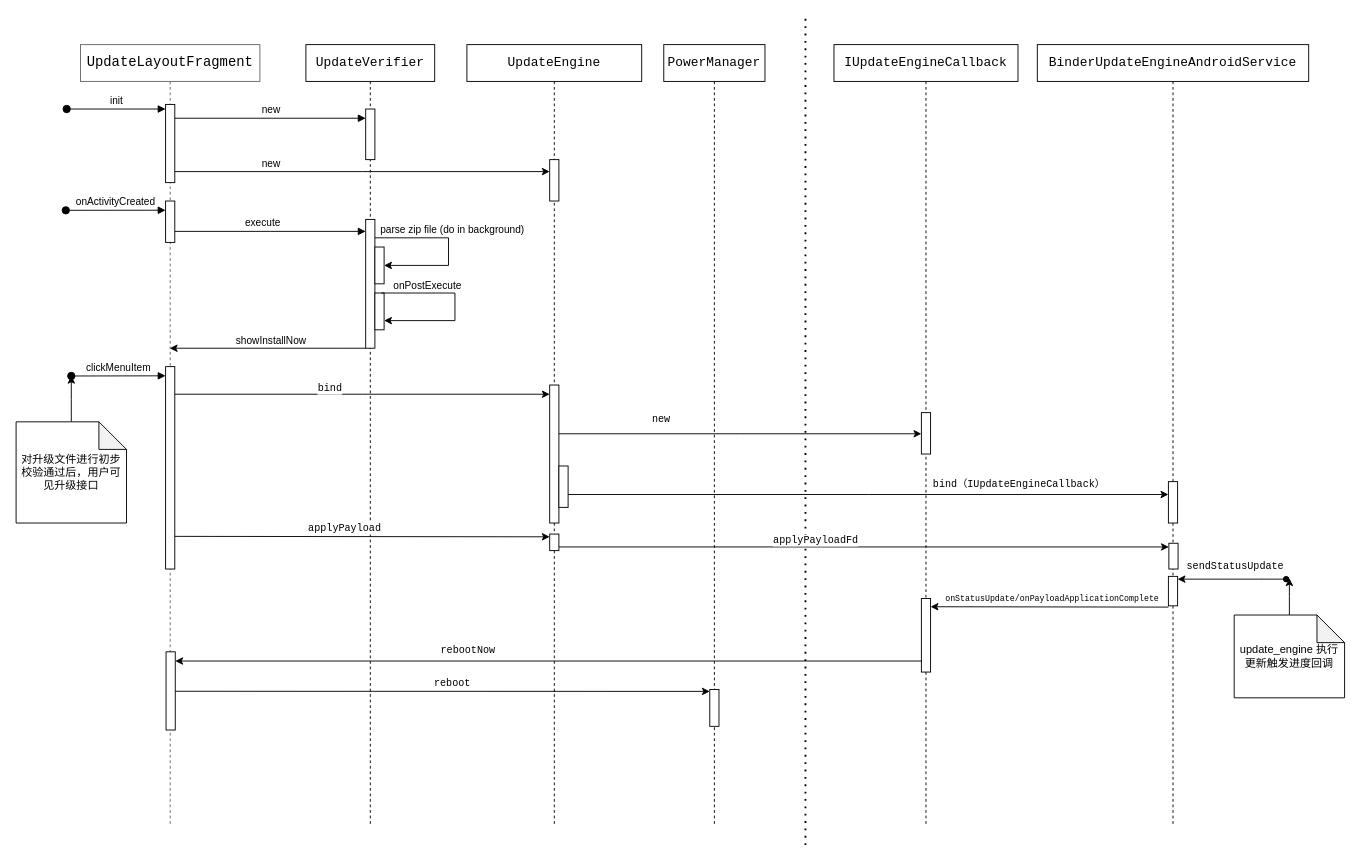
Before: oat_update_engine_app.drawio in lklklk2017/TestDemo, a draw.io diagram. Source tidied: cells renumbered, new cells numbered last; positions are measured from the earlier drawing's top-left corner, leaving out a move shared by most shapes. Both pictures are drawn from the tidied source at 92%, with x=0, y=0 at pixel (16, 17).
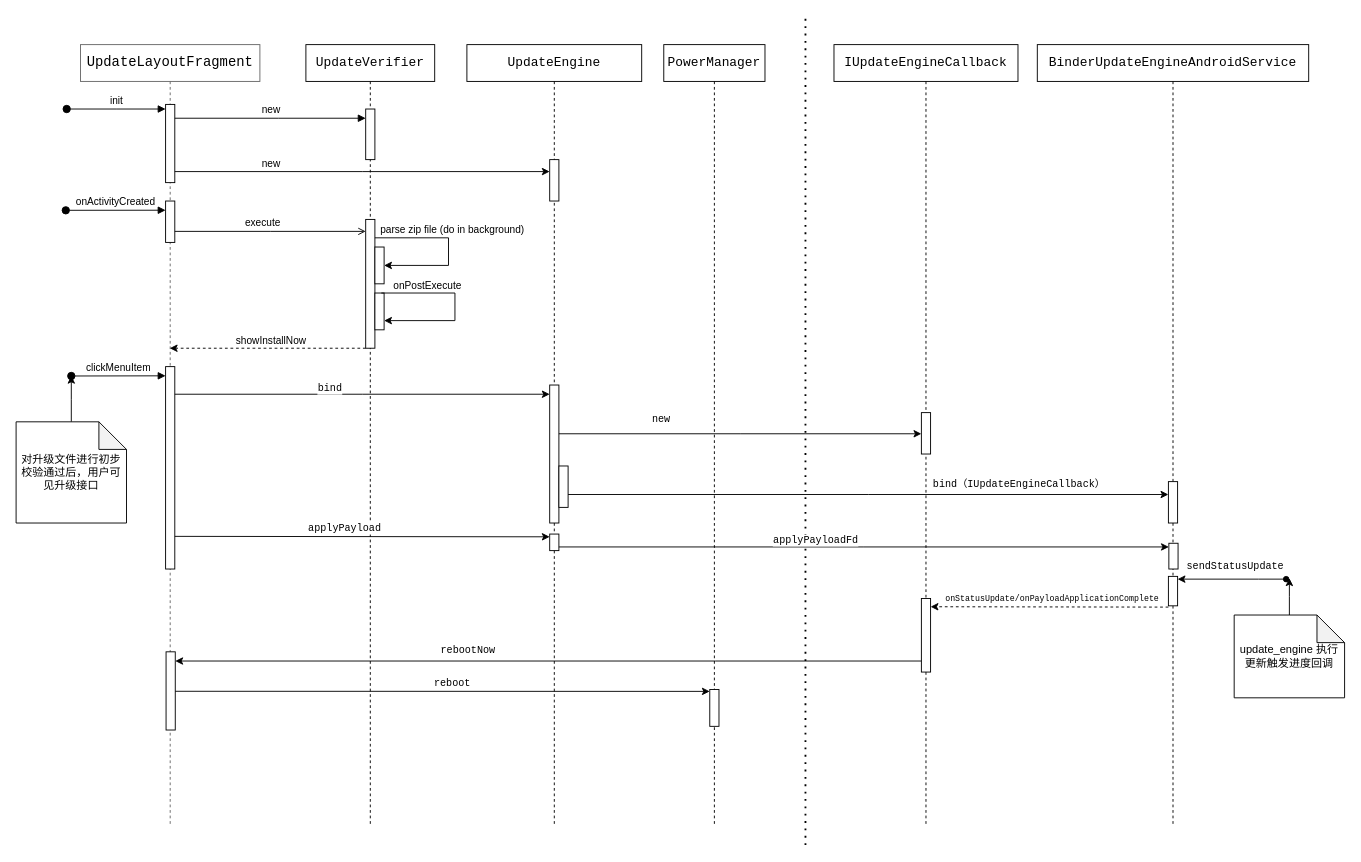
After the change.

The change refers to these unchanged cells:
```xml
<mxCell id="2" value="&lt;div style=&quot;font-family: &amp;quot;Source Code Pro&amp;quot;, monospace; font-size: 11.3pt;&quot;&gt;&lt;font style=&quot;&quot; color=&quot;#000000&quot;&gt;UpdateLayoutFragment&lt;/font&gt;&lt;/div&gt;" style="shape=umlLifeline;perimeter=lifelinePerimeter;whiteSpace=wrap;html=1;outlineConnect=0;portConstraint=eastwest;newEdgeStyle={&quot;edgeStyle&quot;:&quot;elbowEdgeStyle&quot;,&quot;elbow&quot;:&quot;vertical&quot;,&quot;curved&quot;:0,&quot;rounded&quot;:0};fillColor=default;fontColor=#333333;strokeColor=#666666;" parent="1" vertex="1">
  <mxGeometry x="70" y="30" width="195" height="850" as="geometry" />
</mxCell>
<mxCell id="5" style="html=1;points=[];perimeter=orthogonalPerimeter;outlineConnect=0;targetShapes=umlLifeline;portConstraint=eastwest;newEdgeStyle={&quot;edgeStyle&quot;:&quot;elbowEdgeStyle&quot;,&quot;elbow&quot;:&quot;vertical&quot;,&quot;curved&quot;:0,&quot;rounded&quot;:0};" parent="2" vertex="1">
  <mxGeometry x="92.5" y="170" width="10" height="45" as="geometry" />
</mxCell>
<mxCell id="20" style="html=1;points=[];perimeter=orthogonalPerimeter;outlineConnect=0;targetShapes=umlLifeline;portConstraint=eastwest;newEdgeStyle={&quot;edgeStyle&quot;:&quot;elbowEdgeStyle&quot;,&quot;elbow&quot;:&quot;vertical&quot;,&quot;curved&quot;:0,&quot;rounded&quot;:0};" parent="19" vertex="1">
  <mxGeometry x="65" y="190" width="10" height="140" as="geometry" />
</mxCell>
```

Diff of the diagram source:
```diff
@@
-    <mxCell id="25" style="edgeStyle=elbowEdgeStyle;rounded=0;jettySize=auto;html=1;elbow=vertical;curved=0;endArrow=block;endFill=1;" parent="1" edge="1" source="5" target="20">
+    <mxCell id="25" style="edgeStyle=elbowEdgeStyle;rounded=0;jettySize=auto;html=1;elbow=vertical;curved=0;endArrow=open;endFill=0;" parent="1" edge="1" source="5" target="20">
       <mxGeometry relative="1" as="geometry" />
     </mxCell>
@@
-    <mxCell id="38" style="endArrow=classic;html=1;rounded=0;endFill=1;" parent="1" edge="1" source="20" target="2">
+    <mxCell id="38" style="endArrow=classic;html=1;rounded=0;endFill=1;dashed=1;" parent="1" edge="1" source="20" target="2">
       <mxGeometry relative="1" as="geometry">
         <Array as="points">
           <mxPoint x="350" y="360" />
           <mxPoint x="240" y="360" />
         </Array>
       </mxGeometry>
     </mxCell>
@@
-    <mxCell id="51" style="edgeStyle=elbowEdgeStyle;rounded=0;orthogonalLoop=1;jettySize=auto;html=1;elbow=vertical;curved=0;" parent="1" edge="1">
+    <mxCell id="51" style="edgeStyle=elbowEdgeStyle;rounded=0;orthogonalLoop=1;jettySize=auto;html=1;elbow=vertical;curved=0;dashed=1;" parent="1" edge="1">
       <mxGeometry relative="1" as="geometry">
         <mxPoint x="1252.5" y="641.4" as="sourcePoint" />
         <mxPoint x="994" y="641.4" as="targetPoint" />
       </mxGeometry>
     </mxCell>
```
